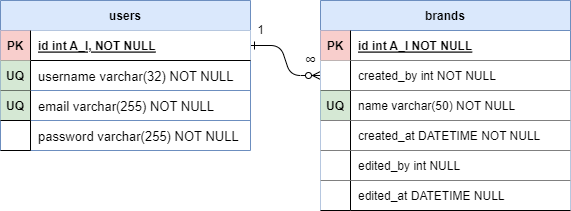
Above: ERD.png in DSC-cz/srp-test (draw.io), before the change. Source tidied: cells renumbered, new cells last; positions are measured from the earlier drawing's top-left corner, leaving out a move shared by most shapes.
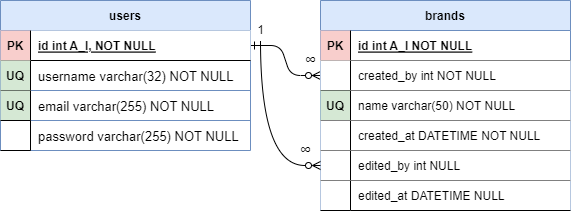
Above is the later version.

What changed in the source:
```diff
@@ -101,11 +101,17 @@
     <mxCell id="34" value="password varchar(255) NOT NULL" style="shape=partialRectangle;overflow=hidden;fillColor=none;top=0;left=1;bottom=0;right=0;align=left;spacingLeft=6;strokeWidth=1;fontSize=13;" parent="32" vertex="1">
       <mxGeometry x="30" width="220" height="30" as="geometry" />
     </mxCell>
+    <mxCell id="37" style="edgeStyle=orthogonalEdgeStyle;jettySize=auto;html=1;entryX=0;entryY=0.5;entryDx=0;entryDy=0;curved=1;endArrow=ERzeroToMany;endFill=0;" parent="1" edge="1" source="35" target="16">
+      <mxGeometry relative="1" as="geometry" />
+    </mxCell>
     <mxCell id="35" value="1" style="text;html=1;align=center;verticalAlign=middle;points=[];strokeColor=none;fillColor=none;" parent="1" vertex="1">
       <mxGeometry x="250" y="20" width="20" height="20" as="geometry" />
     </mxCell>
     <mxCell id="36" value="&lt;div style=&quot;text-align: left&quot;&gt;&lt;font face=&quot;arial, sans-serif&quot;&gt;&lt;span style=&quot;font-size: 16px ; background-color: rgb(255 , 255 , 255)&quot;&gt;∞&lt;/span&gt;&lt;/font&gt;&lt;/div&gt;" style="text;html=1;align=center;verticalAlign=middle;strokeColor=none;fillColor=none;" parent="1" vertex="1">
       <mxGeometry x="295" y="50" width="30" height="20" as="geometry" />
     </mxCell>
+    <mxCell id="38" value="&lt;div style=&quot;text-align: left&quot;&gt;&lt;font face=&quot;arial, sans-serif&quot;&gt;&lt;span style=&quot;font-size: 16px ; background-color: rgb(255 , 255 , 255)&quot;&gt;∞&lt;/span&gt;&lt;/font&gt;&lt;/div&gt;" style="text;html=1;align=center;verticalAlign=middle;strokeColor=none;fillColor=none;" parent="1" vertex="1">
+      <mxGeometry x="290" y="140" width="30" height="20" as="geometry" />
+    </mxCell>
   </root>
 </mxGraphModel>
```
